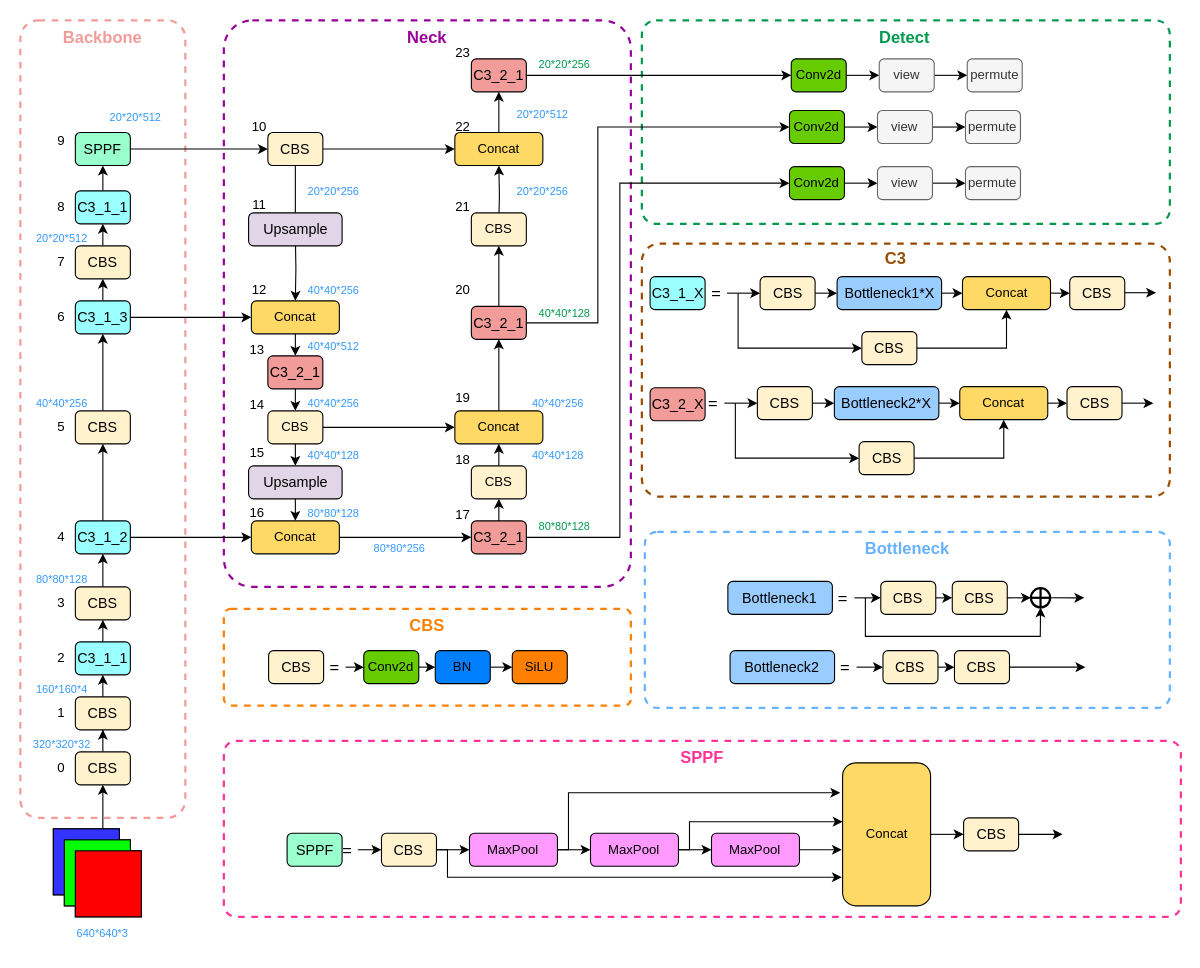
Earlier version of the draw.io diagram yolov56.0.drawio (HaoyuScut/PaddleOCR). Source tidied: cells renumbered, new cells numbered last; positions are measured from the earlier drawing's top-left corner, leaving out a move shared by most shapes. Both pictures are drawn from the tidied source at 110%, with x=0, y=0 at pixel (20, 20).
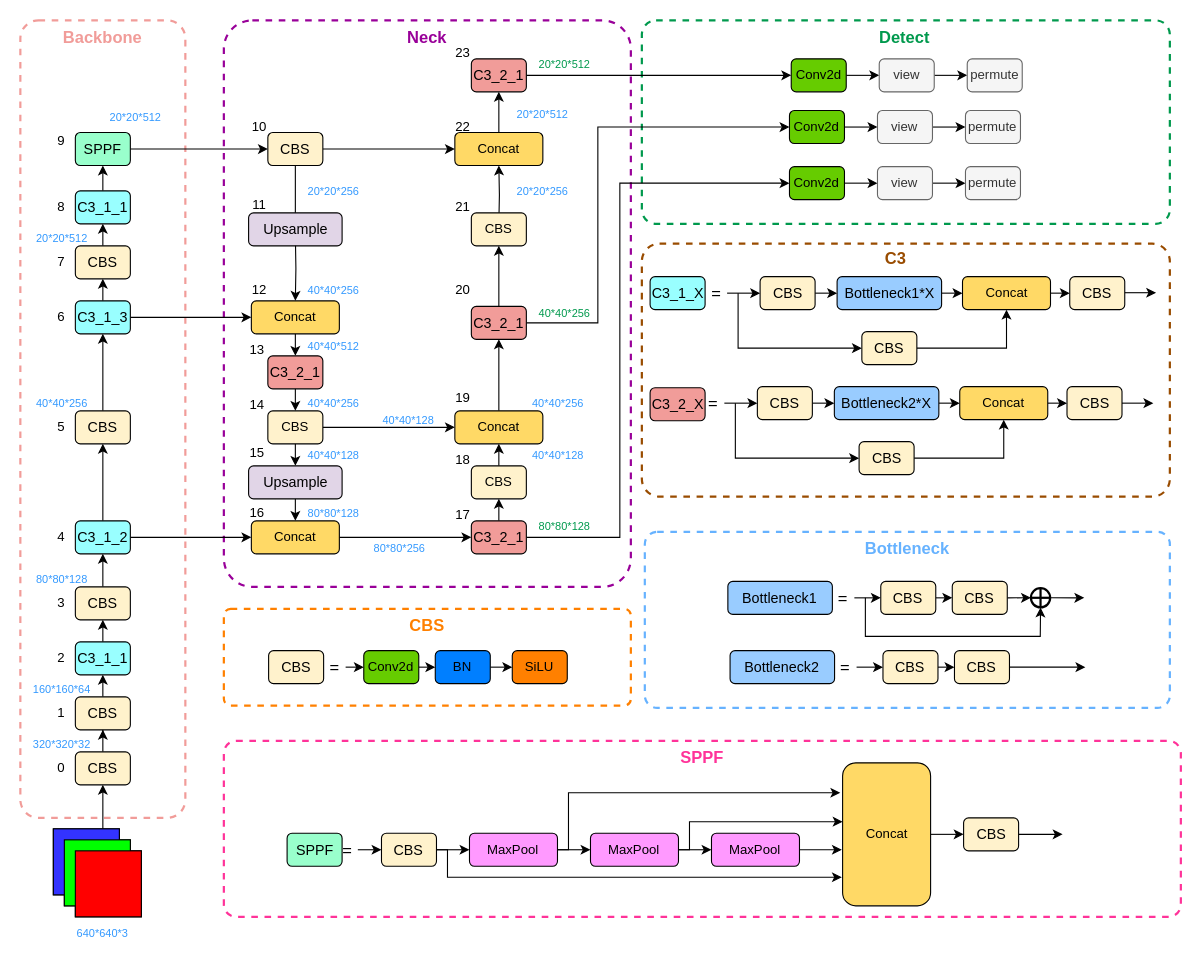
Above is the later version.

What changed in the source:
```diff
@@
-    <mxCell id="71" value="&lt;font color=&quot;#3399ff&quot; style=&quot;font-size: 10px;&quot;&gt;160*160*4&lt;/font&gt;" style="text;html=1;strokeColor=none;fillColor=none;align=center;verticalAlign=middle;whiteSpace=wrap;rounded=0;shadow=0;dashed=1;fontColor=#F19C99;" parent="1" vertex="1">
+    <mxCell id="71" value="&lt;font color=&quot;#3399ff&quot; style=&quot;font-size: 10px;&quot;&gt;160*160*64&lt;/font&gt;" style="text;html=1;strokeColor=none;fillColor=none;align=center;verticalAlign=middle;whiteSpace=wrap;rounded=0;shadow=0;dashed=1;fontColor=#F19C99;" parent="1" vertex="1">
       <mxGeometry x="7.5" y="593" width="60" height="30" as="geometry" />
     </mxCell>
@@
-    <mxCell id="113" value="&lt;font color=&quot;#00994d&quot; style=&quot;font-size: 10px;&quot;&gt;40*40*128&lt;/font&gt;" style="text;html=1;strokeColor=none;fillColor=none;align=center;verticalAlign=middle;whiteSpace=wrap;rounded=0;shadow=0;dashed=1;fontColor=#F19C99;" parent="1" vertex="1">
+    <mxCell id="113" value="&lt;font color=&quot;#00994d&quot; style=&quot;font-size: 10px;&quot;&gt;40*40*256&lt;/font&gt;" style="text;html=1;strokeColor=none;fillColor=none;align=center;verticalAlign=middle;whiteSpace=wrap;rounded=0;shadow=0;dashed=1;fontColor=#F19C99;" parent="1" vertex="1">
       <mxGeometry x="465" y="251" width="60" height="30" as="geometry" />
     </mxCell>
@@
-    <mxCell id="118" value="&lt;font color=&quot;#00994d&quot; style=&quot;font-size: 10px;&quot;&gt;20*20*256&lt;/font&gt;" style="text;html=1;strokeColor=none;fillColor=none;align=center;verticalAlign=middle;whiteSpace=wrap;rounded=0;shadow=0;dashed=1;fontColor=#F19C99;" parent="1" vertex="1">
+    <mxCell id="118" value="&lt;font color=&quot;#00994d&quot; style=&quot;font-size: 10px;&quot;&gt;20*20*512&lt;/font&gt;" style="text;html=1;strokeColor=none;fillColor=none;align=center;verticalAlign=middle;whiteSpace=wrap;rounded=0;shadow=0;dashed=1;fontColor=#F19C99;" parent="1" vertex="1">
       <mxGeometry x="465" y="25" width="60" height="30" as="geometry" />
     </mxCell>
@@
+    <mxCell id="208" value="&lt;font color=&quot;#3399ff&quot; style=&quot;font-size: 10px;&quot;&gt;40*40*128&lt;/font&gt;" style="text;html=1;strokeColor=none;fillColor=none;align=center;verticalAlign=middle;whiteSpace=wrap;rounded=0;shadow=0;dashed=1;fontColor=#F19C99;" parent="1" vertex="1">
+      <mxGeometry x="323.3" y="352.5" width="60" height="20" as="geometry" />
+    </mxCell>
```
